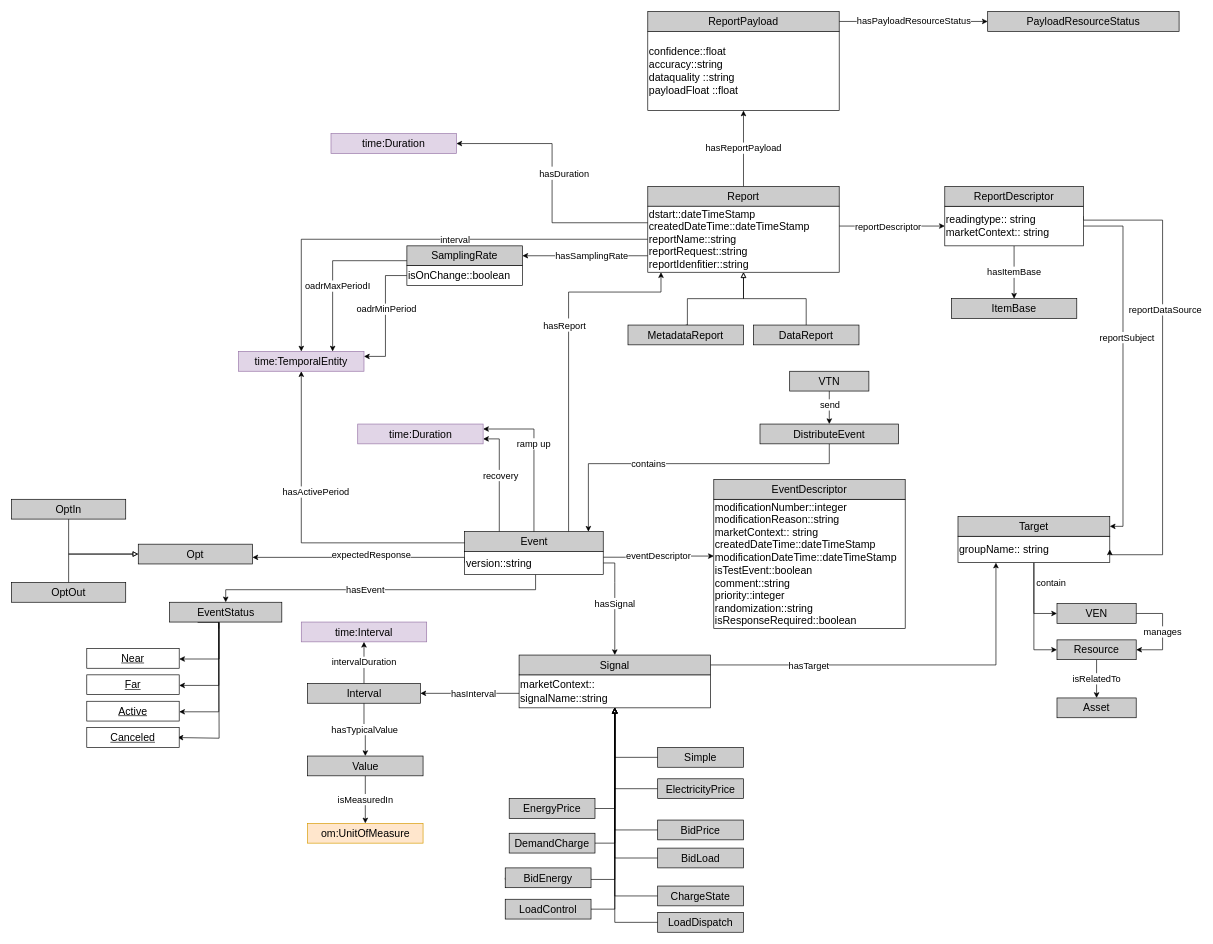
Above: diagrams/openADR.drawio in albaizq/OpenADRontology (draw.io), before the change. Source tidied: cells renumbered, new cells numbered last; positions are measured from the earlier drawing's top-left corner, leaving out a move shared by most shapes. Both pictures are drawn from the tidied source at 66%, with x=0, y=0 at pixel (11, 11).
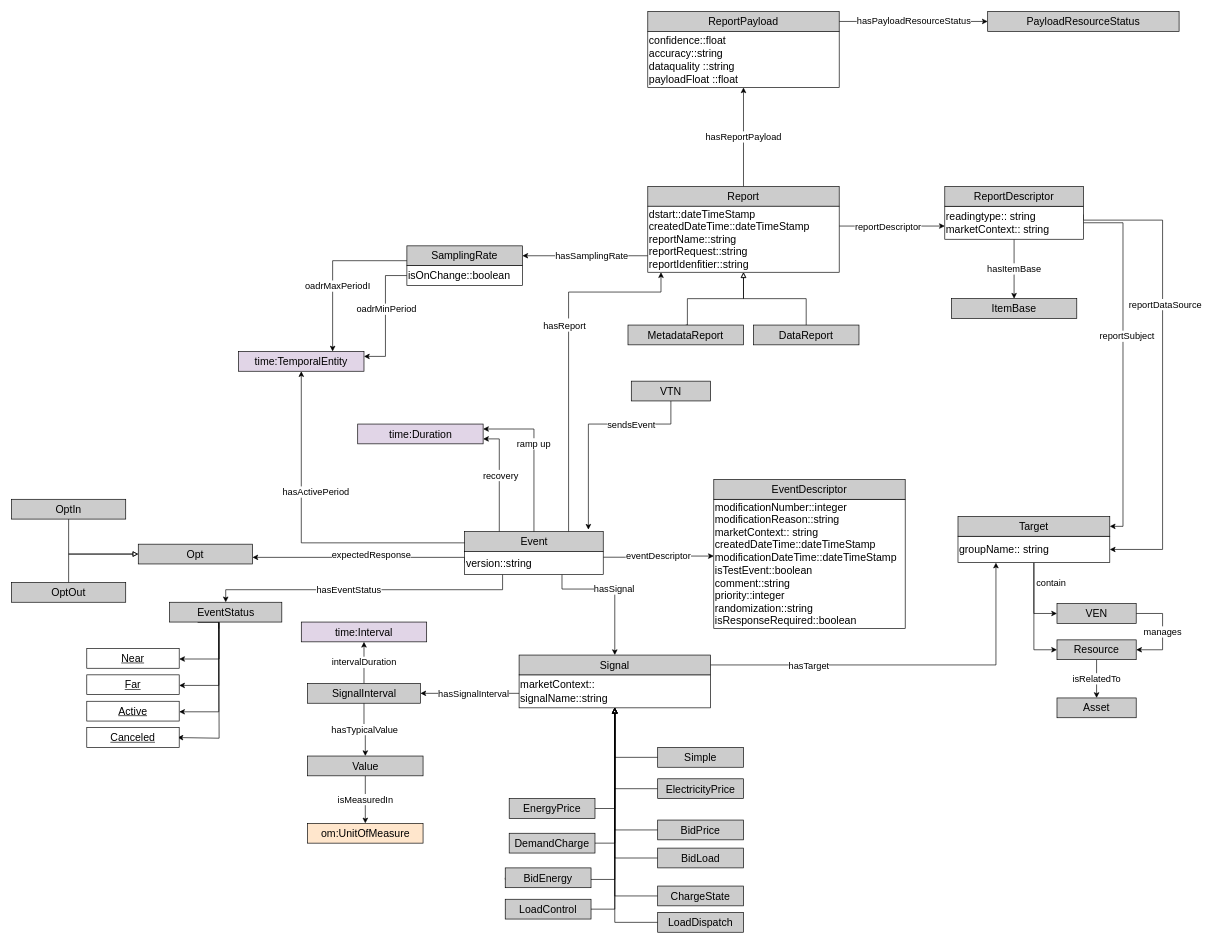
Above is the later version.

Unchanged cells that the change refers to:
```xml
<mxCell id="21" value="&lt;span style=&quot;font-size: 16px&quot;&gt;version::string&lt;br style=&quot;font-size: 16px&quot;&gt;&lt;/span&gt;" style="rounded=0;whiteSpace=wrap;html=1;align=left;fontSize=16;" parent="1" vertex="1">
  <mxGeometry x="686.5" y="818" width="210" height="35" as="geometry" />
</mxCell>
<mxCell id="26" value="&lt;span style=&quot;font-size: 16px&quot;&gt;groupName:: string&lt;br style=&quot;font-size: 16px&quot;&gt;&lt;/span&gt;" style="rounded=0;whiteSpace=wrap;html=1;align=left;fontSize=16;" parent="1" vertex="1">
  <mxGeometry x="1434" y="795" width="230" height="40" as="geometry" />
</mxCell>
<mxCell id="27" style="edgeStyle=orthogonalEdgeStyle;rounded=0;jettySize=auto;html=1;exitX=0;exitY=0.5;exitDx=0;exitDy=0;endArrow=classic;endFill=1;fontColor=none;" parent="1" edge="1" source="29" target="101">
  <mxGeometry relative="1" as="geometry">
    <Array as="points">
      <mxPoint x="904" y="1033" />
    </Array>
  </mxGeometry>
</mxCell>
<mxCell id="33" value="&lt;font style=&quot;font-size: 16px&quot; color=&quot;#000000&quot;&gt;Signal&lt;/font&gt;" style="rounded=0;whiteSpace=wrap;html=1;fillColor=#CCCCCC;strokeColor=#000000;fontColor=#333333;fontSize=16;fontStyle=0;" parent="1" vertex="1">
  <mxGeometry x="769" y="975" width="290" height="30" as="geometry" />
</mxCell>
<mxCell id="38" value="&lt;font style=&quot;font-size: 16px&quot; color=&quot;#000000&quot;&gt;EventStatus&lt;/font&gt;" style="rounded=0;whiteSpace=wrap;html=1;fillColor=#CCCCCC;strokeColor=#000000;fontColor=#333333;fontSize=16;fontStyle=0;" parent="1" vertex="1">
  <mxGeometry x="239.5" y="895" width="170" height="30" as="geometry" />
</mxCell>
<mxCell id="76" value="&lt;span style=&quot;font-size: 16px&quot;&gt;dstart::dateTimeStamp&lt;br&gt;createdDateTime::dateTimeStamp&lt;br&gt;reportName::string&lt;br&gt;reportRequest::string&lt;br&gt;reportIdenfitier::string&lt;br style=&quot;font-size: 16px&quot;&gt;&lt;/span&gt;" style="rounded=0;whiteSpace=wrap;html=1;align=left;fontSize=16;" parent="1" vertex="1">
  <mxGeometry x="964" y="295" width="290" height="100" as="geometry" />
</mxCell>
```

What changed in the source:
```diff
@@
     <mxCell id="15" value="hasSignal" style="edgeStyle=orthogonalEdgeStyle;rounded=0;jettySize=auto;html=1;entryX=0.5;entryY=0;entryDx=0;entryDy=0;fontSize=14;" parent="1" edge="1" source="21" target="33">
       <mxGeometry relative="1" as="geometry">
         <Array as="points">
-          <mxPoint x="914" y="865" />
-          <mxPoint x="914" y="865" />
+          <mxPoint x="834" y="875" />
+          <mxPoint x="914" y="875" />
         </Array>
       </mxGeometry>
     </mxCell>
     <mxCell id="16" style="edgeStyle=orthogonalEdgeStyle;rounded=0;jettySize=auto;html=1;entryX=0.5;entryY=0;entryDx=0;entryDy=0;" parent="1" edge="1" source="21" target="38">
       <mxGeometry relative="1" as="geometry">
         <Array as="points">
-          <mxPoint x="794" y="876" />
+          <mxPoint x="744" y="876" />
           <mxPoint x="325" y="876" />
         </Array>
       </mxGeometry>
     </mxCell>
-    <mxCell id="17" value="hasEvent" style="text;html=1;align=center;verticalAlign=middle;labelBackgroundColor=#ffffff;fontColor=none;fontSize=14;" parent="16" vertex="1">
+    <mxCell id="17" value="hasEventStatus" style="text;html=1;align=center;verticalAlign=middle;labelBackgroundColor=#ffffff;fontColor=none;fontSize=14;" parent="16" vertex="1">
       <mxGeometry x="0.01" y="4" relative="1" as="geometry">
         <mxPoint x="-23.5" y="-5" as="offset" />
       </mxGeometry>
     </mxCell>
@@
-    <mxCell id="28" value="hasInterval" style="text;html=1;align=center;verticalAlign=middle;labelBackgroundColor=#ffffff;fontColor=none;fontSize=14;" parent="27" vertex="1">
+    <mxCell id="28" value="hasSignalInterval" style="text;html=1;align=center;verticalAlign=middle;labelBackgroundColor=#ffffff;fontColor=none;fontSize=14;" parent="27" vertex="1">
       <mxGeometry x="0.26" relative="1" as="geometry">
         <mxPoint x="-76.5" as="offset" />
       </mxGeometry>
     </mxCell>
@@
-    <mxCell id="30" value="&lt;font style=&quot;font-size: 16px&quot; color=&quot;#000000&quot;&gt;time:TemporalEntity&lt;/font&gt;" style="rounded=0;whiteSpace=wrap;html=1;fillColor=#e1d5e7;strokeColor=#9673a6;fontSize=16;fontStyle=0;" parent="1" vertex="1">
+    <mxCell id="30" value="&lt;font style=&quot;font-size: 16px&quot; color=&quot;#000000&quot;&gt;time:TemporalEntity&lt;/font&gt;" style="rounded=0;whiteSpace=wrap;html=1;fillColor=#e1d5e7;strokeColor=#000000;fontSize=16;fontStyle=0;" parent="1" vertex="1">
       <mxGeometry x="344" y="515" width="190" height="30" as="geometry" />
     </mxCell>
@@
-    <mxCell id="43" style="edgeStyle=orthogonalEdgeStyle;rounded=0;jettySize=auto;html=1;exitX=0.5;exitY=1;exitDx=0;exitDy=0;fontColor=none;" parent="1" edge="1" source="45">
-      <mxGeometry relative="1" as="geometry">
-        <mxPoint x="874" y="788" as="targetPoint" />
-        <Array as="points">
-          <mxPoint x="1239" y="685" />
-          <mxPoint x="874" y="685" />
-          <mxPoint x="874" y="788" />
-        </Array>
-      </mxGeometry>
-    </mxCell>
-    <mxCell id="44" value="contains" style="text;html=1;align=center;verticalAlign=middle;labelBackgroundColor=#ffffff;fontColor=none;fontSize=14;" parent="43" vertex="1">
-      <mxGeometry x="0.54" y="-1" relative="1" as="geometry">
-        <mxPoint x="78" y="1" as="offset" />
-      </mxGeometry>
-    </mxCell>
-    <mxCell id="45" value="&lt;font style=&quot;font-size: 16px&quot; color=&quot;#000000&quot;&gt;DistributeEvent&lt;/font&gt;" style="rounded=0;whiteSpace=wrap;html=1;fillColor=#CCCCCC;strokeColor=#000000;fontColor=#333333;fontSize=16;fontStyle=0;" parent="1" vertex="1">
-      <mxGeometry x="1134" y="625" width="210" height="30" as="geometry" />
-    </mxCell>
@@
-    <mxCell id="47" style="edgeStyle=orthogonalEdgeStyle;rounded=0;jettySize=auto;html=1;entryX=0.5;entryY=0;entryDx=0;entryDy=0;endArrow=classic;endFill=1;fontColor=none;fillColor=#f8cecc;strokeColor=#000000;exitX=0.5;exitY=1;exitDx=0;exitDy=0;" parent="1" edge="1" source="114" target="45">
+    <mxCell id="47" style="edgeStyle=orthogonalEdgeStyle;rounded=0;jettySize=auto;html=1;endArrow=classic;endFill=1;fontColor=none;fillColor=#f8cecc;strokeColor=#000000;exitX=0.5;exitY=1;exitDx=0;exitDy=0;" parent="1" edge="1" source="114">
       <mxGeometry relative="1" as="geometry">
+        <mxPoint x="874" y="785" as="targetPoint" />
         <Array as="points">
-          <mxPoint x="1239" y="575" />
+          <mxPoint x="999" y="625" />
+          <mxPoint x="874" y="625" />
         </Array>
       </mxGeometry>
     </mxCell>
-    <mxCell id="48" value="send" style="text;html=1;align=center;verticalAlign=middle;labelBackgroundColor=#ffffff;fontColor=none;fontSize=14;" parent="47" vertex="1">
+    <mxCell id="48" value="sendsEvent" style="text;html=1;align=center;verticalAlign=middle;labelBackgroundColor=#ffffff;fontColor=none;fontSize=14;" parent="47" vertex="1">
       <mxGeometry x="-0.49" y="-3" relative="1" as="geometry">
-        <mxPoint x="3" y="7" as="offset" />
+        <mxPoint x="-14" y="3" as="offset" />
       </mxGeometry>
     </mxCell>
@@
-    <mxCell id="69" style="edgeStyle=orthogonalEdgeStyle;rounded=0;jettySize=auto;html=1;entryX=0.5;entryY=0;entryDx=0;entryDy=0;endArrow=classic;endFill=1;fontColor=none;" parent="1" edge="1" source="76" target="30">
-      <mxGeometry relative="1" as="geometry" />
-    </mxCell>
-    <mxCell id="70" value="interval" style="text;html=1;align=center;verticalAlign=middle;labelBackgroundColor=#ffffff;fontColor=none;fontSize=14;" parent="69" vertex="1">
-      <mxGeometry x="-0.77" y="3" relative="1" as="geometry">
-        <mxPoint x="-212.5" y="-3" as="offset" />
-      </mxGeometry>
-    </mxCell>
@@
-    <mxCell id="75" style="edgeStyle=orthogonalEdgeStyle;rounded=0;jettySize=auto;html=1;exitX=0;exitY=0.25;exitDx=0;exitDy=0;entryX=1;entryY=0.5;entryDx=0;entryDy=0;endArrow=classic;endFill=1;fontColor=none;" parent="1" edge="1" source="76" target="97">
-      <mxGeometry relative="1" as="geometry" />
-    </mxCell>
@@
     <mxCell id="79" style="edgeStyle=orthogonalEdgeStyle;rounded=0;jettySize=auto;html=1;exitX=1;exitY=0.25;exitDx=0;exitDy=0;entryX=1;entryY=0.5;entryDx=0;entryDy=0;endArrow=classic;endFill=1;fontColor=none;" parent="1" edge="1" source="82" target="26">
       <mxGeometry relative="1" as="geometry">
         <Array as="points">
+          <mxPoint x="1624" y="316" />
           <mxPoint x="1744" y="316" />
-          <mxPoint x="1744" y="823" />
+          <mxPoint x="1744" y="815" />
         </Array>
       </mxGeometry>
     </mxCell>
@@
     <mxCell id="82" value="&lt;span style=&quot;font-size: 16px&quot;&gt;readingtype:: string&lt;br&gt;marketContext:: string&lt;br style=&quot;font-size: 16px&quot;&gt;&lt;/span&gt;" style="rounded=0;whiteSpace=wrap;html=1;align=left;fontSize=16;" parent="1" vertex="1">
-      <mxGeometry x="1414" y="295" width="210" height="60" as="geometry" />
+      <mxGeometry x="1414" y="295" width="210" height="50" as="geometry" />
     </mxCell>
@@
-    <mxCell id="97" value="&lt;font style=&quot;font-size: 16px&quot; color=&quot;#000000&quot;&gt;time:Duration&lt;/font&gt;" style="rounded=0;whiteSpace=wrap;html=1;fillColor=#e1d5e7;strokeColor=#9673a6;fontSize=16;fontStyle=0;" parent="1" vertex="1">
-      <mxGeometry x="484" y="185" width="190" height="30" as="geometry" />
-    </mxCell>
-    <mxCell id="98" value="hasDuration" style="text;html=1;align=left;verticalAlign=top;spacingTop=-4;fontColor=none;fontSize=14;fillColor=#ffffff;" parent="1" vertex="1">
-      <mxGeometry x="798" y="235" width="80" height="20" as="geometry" />
-    </mxCell>
@@
-    <mxCell id="101" value="&lt;font style=&quot;font-size: 16px&quot; color=&quot;#000000&quot;&gt;Interval&lt;/font&gt;" style="rounded=0;whiteSpace=wrap;html=1;fillColor=#CCCCCC;strokeColor=#000000;fontColor=#333333;fontSize=16;fontStyle=0;" parent="1" vertex="1">
+    <mxCell id="101" value="&lt;font style=&quot;font-size: 16px&quot; color=&quot;#000000&quot;&gt;SignalInterval&lt;/font&gt;" style="rounded=0;whiteSpace=wrap;html=1;fillColor=#CCCCCC;strokeColor=#000000;fontColor=#333333;fontSize=16;fontStyle=0;" parent="1" vertex="1">
       <mxGeometry x="448.5" y="1018" width="171" height="30" as="geometry" />
     </mxCell>
@@
-    <mxCell id="104" value="&lt;font color=&quot;#000000&quot;&gt;om:UnitOfMeasure&lt;/font&gt;" style="rounded=0;whiteSpace=wrap;html=1;fillColor=#ffe6cc;strokeColor=#d79b00;fontSize=16;fontStyle=0;" parent="1" vertex="1">
+    <mxCell id="104" value="&lt;font color=&quot;#000000&quot;&gt;om:UnitOfMeasure&lt;/font&gt;" style="rounded=0;whiteSpace=wrap;html=1;fillColor=#ffe6cc;strokeColor=#000000;fontSize=16;fontStyle=0;" parent="1" vertex="1">
       <mxGeometry x="448.5" y="1230" width="175" height="30" as="geometry" />
     </mxCell>
-    <mxCell id="105" value="&lt;font style=&quot;font-size: 16px&quot; color=&quot;#000000&quot;&gt;time:Interval&lt;/font&gt;" style="rounded=0;whiteSpace=wrap;html=1;fillColor=#e1d5e7;strokeColor=#9673a6;fontSize=16;fontStyle=0;" parent="1" vertex="1">
+    <mxCell id="105" value="&lt;font style=&quot;font-size: 16px&quot; color=&quot;#000000&quot;&gt;time:Interval&lt;/font&gt;" style="rounded=0;whiteSpace=wrap;html=1;fillColor=#e1d5e7;strokeColor=#000000;fontSize=16;fontStyle=0;" parent="1" vertex="1">
       <mxGeometry x="439" y="925" width="190" height="30" as="geometry" />
     </mxCell>
@@
-    <mxCell id="109" value="&lt;font style=&quot;font-size: 16px&quot; color=&quot;#000000&quot;&gt;time:Duration&lt;/font&gt;" style="rounded=0;whiteSpace=wrap;html=1;fillColor=#e1d5e7;strokeColor=#9673a6;fontSize=16;fontStyle=0;" parent="1" vertex="1">
+    <mxCell id="109" value="&lt;font style=&quot;font-size: 16px&quot; color=&quot;#000000&quot;&gt;time:Duration&lt;/font&gt;" style="rounded=0;whiteSpace=wrap;html=1;fillColor=#e1d5e7;strokeColor=#000000;fontSize=16;fontStyle=0;" parent="1" vertex="1">
       <mxGeometry x="524.5" y="625" width="190" height="30" as="geometry" />
     </mxCell>
@@
     <mxCell id="114" value="&lt;font style=&quot;font-size: 16px&quot; color=&quot;#000000&quot;&gt;VTN&lt;br&gt;&lt;/font&gt;" style="rounded=0;whiteSpace=wrap;html=1;fillColor=#CCCCCC;strokeColor=#000000;fontColor=#333333;fontSize=16;fontStyle=0;" parent="1" vertex="1">
-      <mxGeometry x="1179" y="545" width="120" height="30" as="geometry" />
+      <mxGeometry x="939" y="560" width="120" height="30" as="geometry" />
     </mxCell>
     <mxCell id="115" value="&lt;span style=&quot;font-size: 16px&quot;&gt;confidence::float&lt;br&gt;accuracy::string&lt;br&gt;dataquality ::string&lt;br&gt;payloadFloat ::float&lt;br style=&quot;font-size: 16px&quot;&gt;&lt;/span&gt;" style="rounded=0;whiteSpace=wrap;html=1;align=left;fontSize=16;" parent="1" vertex="1">
-      <mxGeometry x="964" y="30" width="290" height="120" as="geometry" />
+      <mxGeometry x="964" y="30" width="290" height="85" as="geometry" />
     </mxCell>
```
